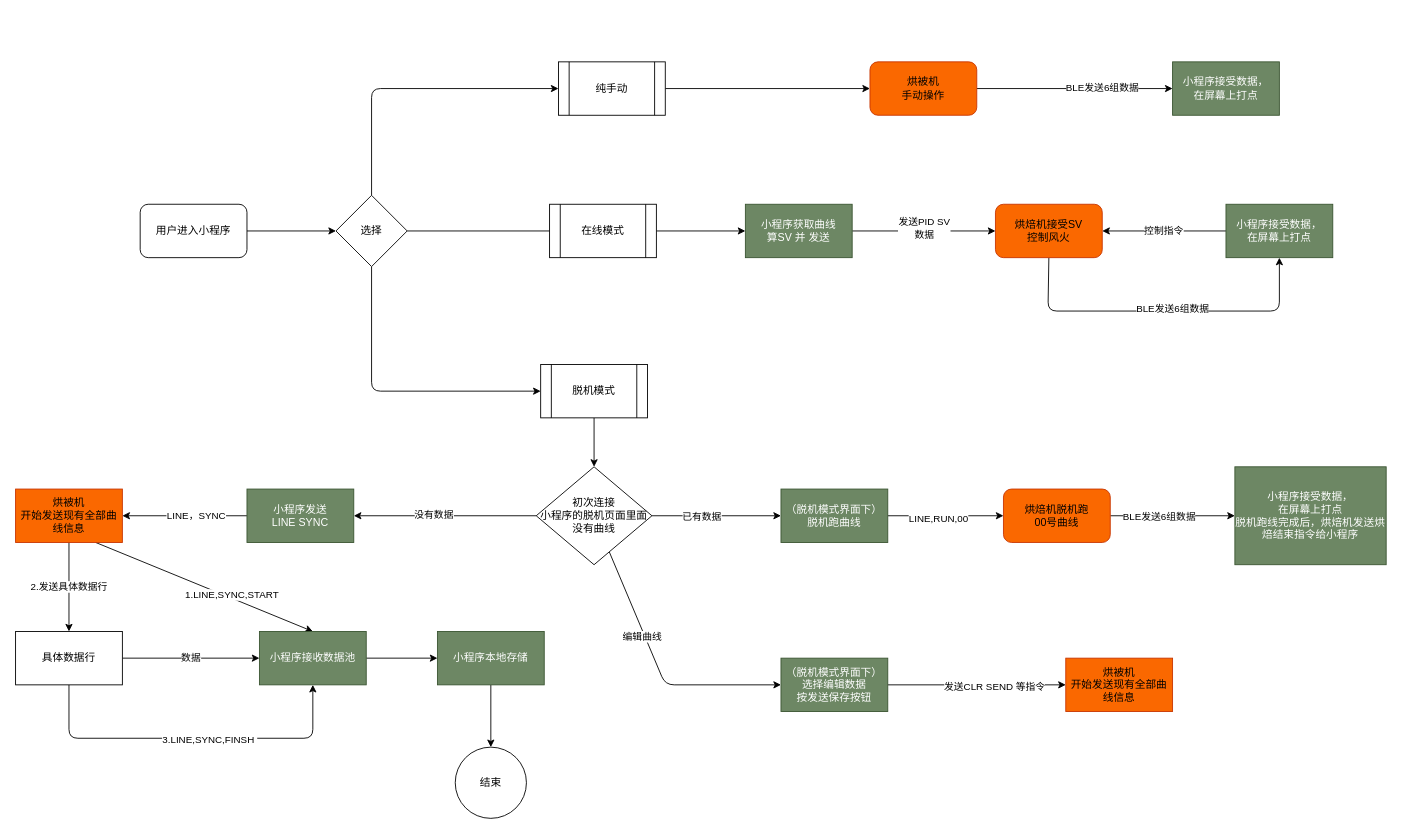
Above: refer/UI.drawio in sakunamary/MatchBox_pro_control (draw.io), before the change. Source tidied: cells renumbered, new cells numbered last; positions are measured from the earlier drawing's top-left corner, leaving out a move shared by most shapes. Both pictures are drawn from the tidied source at 89%, with x=0, y=0 at pixel (15, 61).
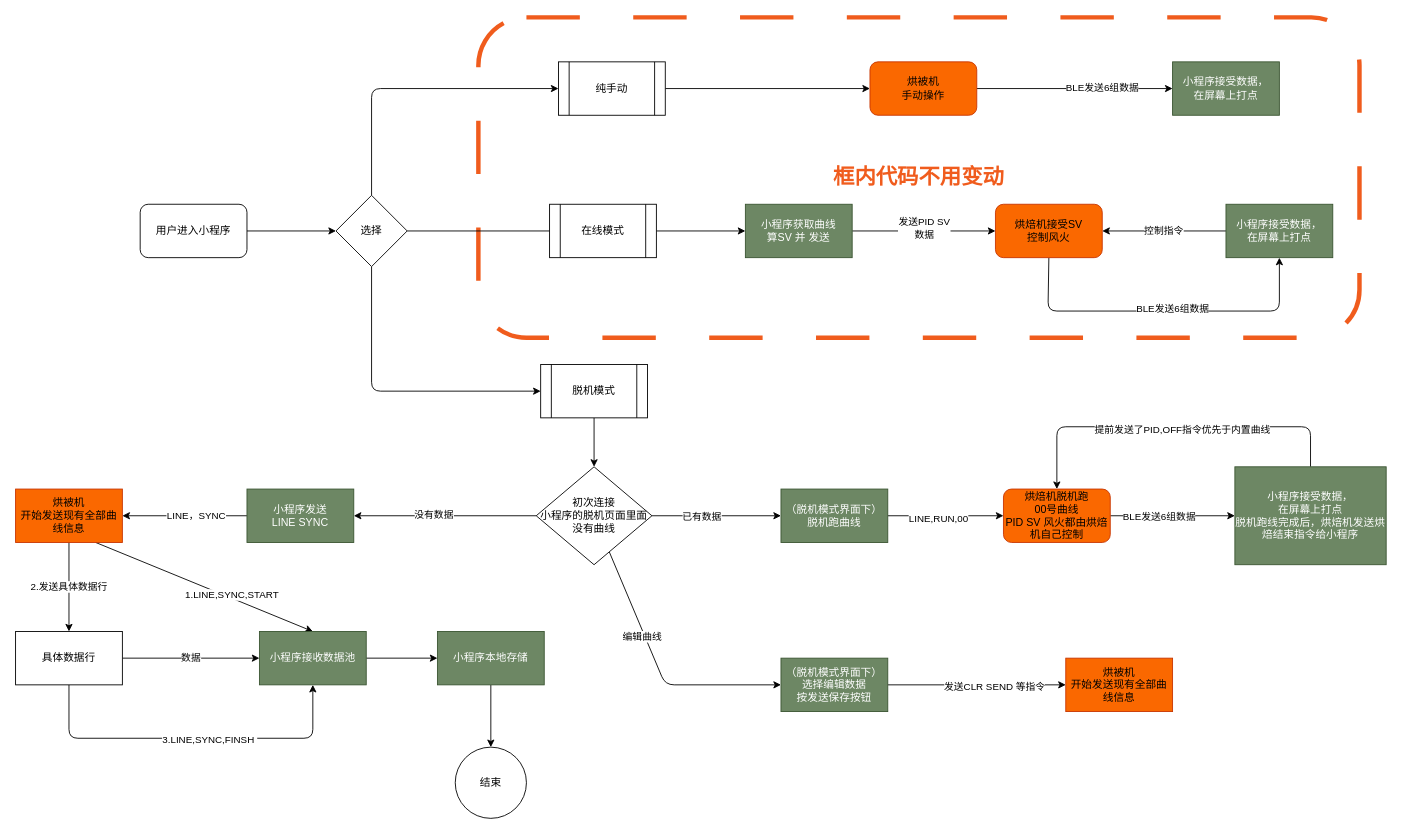
The same diagram, later.

The change refers to these unchanged cells:
```xml
<mxCell id="55" value="小程序接受数据，&lt;br&gt;在屏幕上打点&lt;br&gt;脱机跑线完成后，烘焙机发送烘焙结束指令给小程序" style="rounded=0;whiteSpace=wrap;html=1;fillColor=#6d8764;fontColor=#ffffff;strokeColor=#3A5431;" parent="1" vertex="1">
  <mxGeometry x="1370" y="455" width="170" height="110" as="geometry" />
</mxCell>
```

What changed in the source:
```diff
@@
+    <mxCell id="60" value="&lt;h1&gt;&lt;font color=&quot;#f05c1d&quot;&gt;框内代码不用变动&lt;/font&gt;&lt;/h1&gt;" style="rounded=1;whiteSpace=wrap;html=1;dashed=1;dashPattern=12 12;fillColor=none;strokeColor=#F05C1D;strokeWidth=5;" parent="1" vertex="1">
+      <mxGeometry x="520" y="-50" width="990" height="360" as="geometry" />
+    </mxCell>
@@
-    <mxCell id="54" value="烘焙机脱机跑&lt;br&gt;00号曲线" style="rounded=1;whiteSpace=wrap;html=1;fillColor=#fa6800;fontColor=#000000;strokeColor=#C73500;" parent="1" vertex="1">
+    <mxCell id="54" value="烘焙机脱机跑&lt;br&gt;00号曲线&lt;br&gt;PID SV 风火都由烘焙机自己控制" style="rounded=1;whiteSpace=wrap;html=1;fillColor=#fa6800;fontColor=#000000;strokeColor=#C73500;" parent="1" vertex="1">
       <mxGeometry x="1110" y="480" width="120" height="60" as="geometry" />
     </mxCell>
+    <mxCell id="61" style="edgeStyle=none;html=1;exitX=0.5;exitY=0;exitDx=0;exitDy=0;entryX=0.5;entryY=0;entryDx=0;entryDy=0;" parent="1" edge="1" source="55" target="54">
+      <mxGeometry relative="1" as="geometry">
+        <Array as="points">
+          <mxPoint x="1455" y="410" />
+          <mxPoint x="1170" y="410" />
+        </Array>
+      </mxGeometry>
+    </mxCell>
+    <mxCell id="62" value="提前发送了PID,OFF指令优先于内置曲线" style="edgeLabel;html=1;align=center;verticalAlign=middle;" parent="61" vertex="1">
+      <mxGeometry x="0.04" y="2" relative="1" as="geometry">
+        <mxPoint x="18" as="offset" />
+      </mxGeometry>
+    </mxCell>
```
